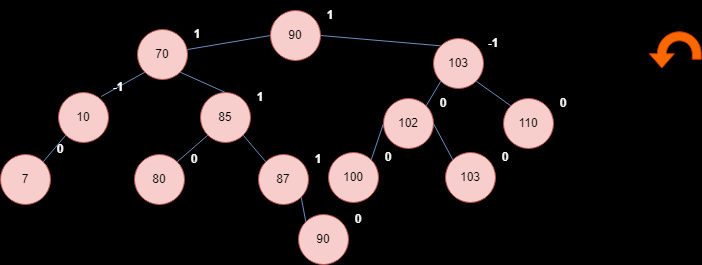
This is arbolBin.png from AnaTuPatrona/pepito, a draw.io export, as it was before one commit. Source tidied: cells renumbered, new cells last; positions are measured from the earlier drawing's top-left corner, leaving out a move shared by most shapes. Source of this version:
```xml
<mxGraphModel background="#000000">
  <root>
    <mxCell id="0" />
    <mxCell id="1" parent="0" />
    <mxCell id="2" style="endArrow=none;html=1;rounded=0;fontFamily=Helvetica;fontSize=12;fontColor=default;entryX=0.854;entryY=0.08;entryDx=0;entryDy=0;fillColor=#dae8fc;strokeColor=#6c8ebf;exitX=0;exitY=1;exitDx=0;exitDy=0;entryPerimeter=0;" parent="1" edge="1" source="10" target="7">
      <mxGeometry relative="1" as="geometry" />
    </mxCell>
    <mxCell id="3" style="group;" parent="1" vertex="1">
      <mxGeometry x="134" y="144" width="70" height="60" as="geometry" />
    </mxCell>
    <mxCell id="4" value="80" style="ellipse;whiteSpace=wrap;html=1;fillColor=#f8cecc;strokeColor=#b85450;" parent="3" vertex="1">
      <mxGeometry y="10" width="50" height="50" as="geometry" />
    </mxCell>
    <mxCell id="5" value="0" style="text;html=1;align=center;verticalAlign=middle;whiteSpace=wrap;rounded=0;fontFamily=Helvetica;fontSize=12;glass=0;shadow=0;dashed=1;dashPattern=8 8;fontStyle=1;fontColor=#FAFAFA;" parent="3" vertex="1">
      <mxGeometry x="50" width="20" height="30" as="geometry" />
    </mxCell>
    <mxCell id="6" style="group;" parent="1" vertex="1">
      <mxGeometry x="58" y="72" width="70" height="70" as="geometry" />
    </mxCell>
    <mxCell id="7" value="10" style="ellipse;whiteSpace=wrap;html=1;fillColor=#f8cecc;strokeColor=#b85450;" parent="6" vertex="1">
      <mxGeometry y="20" width="50" height="50" as="geometry" />
    </mxCell>
    <mxCell id="8" value="-1" style="text;html=1;align=center;verticalAlign=middle;whiteSpace=wrap;rounded=0;fontFamily=Helvetica;fontSize=12;fontColor=#FFFFFF;glass=0;shadow=0;dashed=1;dashPattern=8 8;strokeColor=none;fontStyle=1;" parent="6" vertex="1">
      <mxGeometry x="50" width="20" height="30" as="geometry" />
    </mxCell>
    <mxCell id="9" style="group;" parent="1" vertex="1">
      <mxGeometry x="137" y="19" width="70" height="60" as="geometry" />
    </mxCell>
    <mxCell id="10" value="70" style="ellipse;whiteSpace=wrap;html=1;fillColor=#f8cecc;strokeColor=#b85450;" parent="9" vertex="1">
      <mxGeometry y="10" width="50" height="50" as="geometry" />
    </mxCell>
    <mxCell id="11" value="1" style="text;html=1;align=center;verticalAlign=middle;whiteSpace=wrap;rounded=0;fontFamily=Helvetica;fontSize=12;glass=0;shadow=0;dashed=1;dashPattern=8 8;fontStyle=1;fontColor=#FAFAFA;" parent="9" vertex="1">
      <mxGeometry x="50" width="20" height="30" as="geometry" />
    </mxCell>
    <mxCell id="12" style="endArrow=none;html=1;rounded=0;fontFamily=Helvetica;fontSize=12;fontColor=default;exitX=0;exitY=1;exitDx=0;exitDy=0;fillColor=#dae8fc;strokeColor=#6c8ebf;entryX=0;entryY=0.5;entryDx=0;entryDy=0;" parent="1" edge="1" source="11" target="28">
      <mxGeometry relative="1" as="geometry" />
    </mxCell>
    <mxCell id="13" style="html=1;shadow=0;dashed=0;align=center;verticalAlign=middle;shape=mxgraph.arrows2.uTurnArrow;dy=4.5;arrowHead=25.23;dx2=14.37;strokeColor=#C73500;fontFamily=Helvetica;fontSize=12;fontColor=#000000;fillColor=#fa6800;rotation=90;flipH=0;flipV=1;" parent="1" vertex="1">
      <mxGeometry x="661" y="19" width="27.5" height="52" as="geometry" />
    </mxCell>
    <mxCell id="14" style="edgeStyle=orthogonalEdgeStyle;rounded=0;jettySize=auto;html=1;fontFamily=Helvetica;fontSize=12;fontColor=#FAFAFA;strokeColor=none;" parent="1" edge="1" source="8" target="10">
      <mxGeometry relative="1" as="geometry" />
    </mxCell>
    <mxCell id="15" style="group;" parent="1" vertex="1">
      <mxGeometry x="433" y="28" width="70" height="60" as="geometry" />
    </mxCell>
    <mxCell id="16" value="103" style="ellipse;whiteSpace=wrap;html=1;fillColor=#f8cecc;strokeColor=#b85450;" parent="15" vertex="1">
      <mxGeometry y="10" width="50" height="50" as="geometry" />
    </mxCell>
    <mxCell id="17" value="-1" style="text;html=1;align=center;verticalAlign=middle;whiteSpace=wrap;rounded=0;fontFamily=Helvetica;fontSize=12;glass=0;shadow=0;dashed=1;dashPattern=8 8;fontStyle=1;fontColor=#FAFAFA;" parent="15" vertex="1">
      <mxGeometry x="50" width="20" height="30" as="geometry" />
    </mxCell>
    <mxCell id="18" style="endArrow=none;html=1;rounded=0;fontFamily=Helvetica;fontSize=12;fontColor=default;fillColor=#dae8fc;strokeColor=#6c8ebf;entryX=0;entryY=0;entryDx=0;entryDy=0;exitX=1;exitY=0.5;exitDx=0;exitDy=0;" parent="1" edge="1" source="28" target="16">
      <mxGeometry relative="1" as="geometry" />
    </mxCell>
    <mxCell id="19" style="group;" parent="1" vertex="1">
      <mxGeometry x="503" y="88" width="70" height="60" as="geometry" />
    </mxCell>
    <mxCell id="20" value="110" style="ellipse;whiteSpace=wrap;html=1;fillColor=#f8cecc;strokeColor=#b85450;" parent="19" vertex="1">
      <mxGeometry y="10" width="50" height="50" as="geometry" />
    </mxCell>
    <mxCell id="21" value="0" style="text;html=1;align=center;verticalAlign=middle;whiteSpace=wrap;rounded=0;fontFamily=Helvetica;fontSize=12;glass=0;shadow=0;dashed=1;dashPattern=8 8;fontStyle=1;fontColor=#FAFAFA;" parent="19" vertex="1">
      <mxGeometry x="50" width="20" height="30" as="geometry" />
    </mxCell>
    <mxCell id="22" style="endArrow=none;html=1;rounded=0;fontFamily=Helvetica;fontSize=12;fontColor=default;exitX=1;exitY=1;exitDx=0;exitDy=0;fillColor=#dae8fc;strokeColor=#6c8ebf;entryX=0;entryY=0;entryDx=0;entryDy=0;" parent="1" edge="1" source="16" target="20">
      <mxGeometry relative="1" as="geometry" />
    </mxCell>
    <mxCell id="23" style="group;" parent="1" vertex="1">
      <mxGeometry y="134" width="70" height="70" as="geometry" />
    </mxCell>
    <mxCell id="24" value="7" style="ellipse;whiteSpace=wrap;html=1;fillColor=#f8cecc;strokeColor=#b85450;" parent="23" vertex="1">
      <mxGeometry y="20" width="50" height="50" as="geometry" />
    </mxCell>
    <mxCell id="25" value="0" style="text;html=1;align=center;verticalAlign=middle;whiteSpace=wrap;rounded=0;fontFamily=Helvetica;fontSize=12;fontColor=#FFFFFF;glass=0;shadow=0;dashed=1;dashPattern=8 8;strokeColor=none;fontStyle=1;" parent="23" vertex="1">
      <mxGeometry x="50" width="20" height="30" as="geometry" />
    </mxCell>
    <mxCell id="26" style="endArrow=none;html=1;rounded=0;fontFamily=Helvetica;fontSize=12;fontColor=default;entryX=1;entryY=0;entryDx=0;entryDy=0;fillColor=#dae8fc;strokeColor=#6c8ebf;exitX=0;exitY=1;exitDx=0;exitDy=0;" parent="1" edge="1" source="7" target="24">
      <mxGeometry relative="1" as="geometry" />
    </mxCell>
    <mxCell id="27" style="group;" parent="1" vertex="1">
      <mxGeometry x="270" width="70" height="60" as="geometry" />
    </mxCell>
    <mxCell id="28" value="90" style="ellipse;whiteSpace=wrap;html=1;fillColor=#f8cecc;strokeColor=#b85450;" parent="27" vertex="1">
      <mxGeometry y="10" width="50" height="50" as="geometry" />
    </mxCell>
    <mxCell id="29" value="1" style="text;html=1;align=center;verticalAlign=middle;whiteSpace=wrap;rounded=0;fontFamily=Helvetica;fontSize=12;glass=0;shadow=0;dashed=1;dashPattern=8 8;fontStyle=1;fontColor=#FAFAFA;" parent="27" vertex="1">
      <mxGeometry x="50" width="20" height="30" as="geometry" />
    </mxCell>
    <mxCell id="30" style="endArrow=none;html=1;rounded=0;fontFamily=Helvetica;fontSize=12;fontColor=default;fillColor=#dae8fc;strokeColor=#6c8ebf;exitX=0.5;exitY=0;exitDx=0;exitDy=0;entryX=1;entryY=1;entryDx=0;entryDy=0;" parent="1" edge="1" source="36" target="10">
      <mxGeometry relative="1" as="geometry" />
    </mxCell>
    <mxCell id="31" style="group;" parent="1" vertex="1">
      <mxGeometry x="328" y="142" width="70" height="60" as="geometry" />
    </mxCell>
    <mxCell id="32" value="100" style="ellipse;whiteSpace=wrap;html=1;fillColor=#f8cecc;strokeColor=#b85450;" parent="31" vertex="1">
      <mxGeometry y="10" width="50" height="50" as="geometry" />
    </mxCell>
    <mxCell id="33" value="0" style="text;html=1;align=center;verticalAlign=middle;whiteSpace=wrap;rounded=0;fontFamily=Helvetica;fontSize=12;glass=0;shadow=0;dashed=1;dashPattern=8 8;fontStyle=1;fontColor=#FAFAFA;" parent="31" vertex="1">
      <mxGeometry x="50" width="20" height="30" as="geometry" />
    </mxCell>
    <mxCell id="34" style="endArrow=none;html=1;rounded=0;fontFamily=Helvetica;fontSize=12;fontColor=default;fillColor=#dae8fc;strokeColor=#6c8ebf;exitX=0;exitY=1;exitDx=0;exitDy=0;entryX=1;entryY=0;entryDx=0;entryDy=0;" parent="1" edge="1" source="16" target="52">
      <mxGeometry relative="1" as="geometry" />
    </mxCell>
    <mxCell id="35" style="group;" parent="1" vertex="1">
      <mxGeometry x="200" y="82" width="70" height="60" as="geometry" />
    </mxCell>
    <mxCell id="36" value="85" style="ellipse;whiteSpace=wrap;html=1;fillColor=#f8cecc;strokeColor=#b85450;" parent="35" vertex="1">
      <mxGeometry y="10" width="50" height="50" as="geometry" />
    </mxCell>
    <mxCell id="37" value="1" style="text;html=1;align=center;verticalAlign=middle;whiteSpace=wrap;rounded=0;fontFamily=Helvetica;fontSize=12;glass=0;shadow=0;dashed=1;dashPattern=8 8;fontStyle=1;fontColor=#FAFAFA;" parent="35" vertex="1">
      <mxGeometry x="50" width="20" height="30" as="geometry" />
    </mxCell>
    <mxCell id="38" style="endArrow=none;html=1;rounded=0;fontFamily=Helvetica;fontSize=12;fontColor=default;exitX=1;exitY=0;exitDx=0;exitDy=0;fillColor=#dae8fc;strokeColor=#6c8ebf;entryX=0;entryY=1;entryDx=0;entryDy=0;" parent="1" edge="1" source="4" target="36">
      <mxGeometry relative="1" as="geometry" />
    </mxCell>
    <mxCell id="39" style="group;" parent="1" vertex="1">
      <mxGeometry x="258" y="144" width="70" height="60" as="geometry" />
    </mxCell>
    <mxCell id="40" value="87" style="ellipse;whiteSpace=wrap;html=1;fillColor=#f8cecc;strokeColor=#b85450;" parent="39" vertex="1">
      <mxGeometry y="10" width="50" height="50" as="geometry" />
    </mxCell>
    <mxCell id="41" value="1" style="text;html=1;align=center;verticalAlign=middle;whiteSpace=wrap;rounded=0;fontFamily=Helvetica;fontSize=12;glass=0;shadow=0;dashed=1;dashPattern=8 8;fontStyle=1;fontColor=#FAFAFA;" parent="39" vertex="1">
      <mxGeometry x="50" width="20" height="30" as="geometry" />
    </mxCell>
    <mxCell id="42" style="endArrow=none;html=1;rounded=0;fontFamily=Helvetica;fontSize=12;fontColor=default;exitX=1;exitY=1;exitDx=0;exitDy=0;fillColor=#dae8fc;strokeColor=#6c8ebf;entryX=0;entryY=0;entryDx=0;entryDy=0;" parent="1" edge="1" source="36" target="40">
      <mxGeometry relative="1" as="geometry" />
    </mxCell>
    <mxCell id="43" style="group;" parent="1" vertex="1">
      <mxGeometry x="445" y="142" width="70" height="60" as="geometry" />
    </mxCell>
    <mxCell id="44" value="103" style="ellipse;whiteSpace=wrap;html=1;fillColor=#f8cecc;strokeColor=#b85450;" parent="43" vertex="1">
      <mxGeometry y="10" width="50" height="50" as="geometry" />
    </mxCell>
    <mxCell id="45" value="0" style="text;html=1;align=center;verticalAlign=middle;whiteSpace=wrap;rounded=0;fontFamily=Helvetica;fontSize=12;glass=0;shadow=0;dashed=1;dashPattern=8 8;fontStyle=1;fontColor=#FAFAFA;" parent="43" vertex="1">
      <mxGeometry x="50" width="20" height="30" as="geometry" />
    </mxCell>
    <mxCell id="46" style="endArrow=none;html=1;rounded=0;fontFamily=Helvetica;fontSize=12;fontColor=default;fillColor=#dae8fc;strokeColor=#6c8ebf;exitX=1;exitY=0;exitDx=0;exitDy=0;entryX=0;entryY=0.5;entryDx=0;entryDy=0;" parent="1" edge="1" source="32" target="52">
      <mxGeometry relative="1" as="geometry" />
    </mxCell>
    <mxCell id="47" style="group;" parent="1" vertex="1">
      <mxGeometry x="298" y="204" width="70" height="60" as="geometry" />
    </mxCell>
    <mxCell id="48" value="90" style="ellipse;whiteSpace=wrap;html=1;fillColor=#f8cecc;strokeColor=#b85450;" parent="47" vertex="1">
      <mxGeometry y="10" width="50" height="50" as="geometry" />
    </mxCell>
    <mxCell id="49" value="0" style="text;html=1;align=center;verticalAlign=middle;whiteSpace=wrap;rounded=0;fontFamily=Helvetica;fontSize=12;glass=0;shadow=0;dashed=1;dashPattern=8 8;fontStyle=1;fontColor=#FAFAFA;" parent="47" vertex="1">
      <mxGeometry x="50" width="20" height="30" as="geometry" />
    </mxCell>
    <mxCell id="50" style="endArrow=none;html=1;rounded=0;fontFamily=Helvetica;fontSize=12;fontColor=default;exitX=1;exitY=1;exitDx=0;exitDy=0;fillColor=#dae8fc;strokeColor=#6c8ebf;entryX=0;entryY=0;entryDx=0;entryDy=0;" parent="1" edge="1" source="40" target="48">
      <mxGeometry relative="1" as="geometry" />
    </mxCell>
    <mxCell id="51" style="group;" parent="1" vertex="1">
      <mxGeometry x="383" y="88" width="70" height="60" as="geometry" />
    </mxCell>
    <mxCell id="52" value="102" style="ellipse;whiteSpace=wrap;html=1;fillColor=#f8cecc;strokeColor=#b85450;" parent="51" vertex="1">
      <mxGeometry y="10" width="50" height="50" as="geometry" />
    </mxCell>
    <mxCell id="53" value="0" style="text;html=1;align=center;verticalAlign=middle;whiteSpace=wrap;rounded=0;fontFamily=Helvetica;fontSize=12;glass=0;shadow=0;dashed=1;dashPattern=8 8;fontStyle=1;fontColor=#FAFAFA;" parent="51" vertex="1">
      <mxGeometry x="50" width="20" height="30" as="geometry" />
    </mxCell>
    <mxCell id="54" style="endArrow=none;html=1;rounded=0;fontFamily=Helvetica;fontSize=12;fontColor=default;exitX=0;exitY=0;exitDx=0;exitDy=0;fillColor=#dae8fc;strokeColor=#6c8ebf;entryX=1;entryY=0.5;entryDx=0;entryDy=0;" parent="1" edge="1" source="44" target="52">
      <mxGeometry relative="1" as="geometry" />
    </mxCell>
  </root>
</mxGraphModel>
```
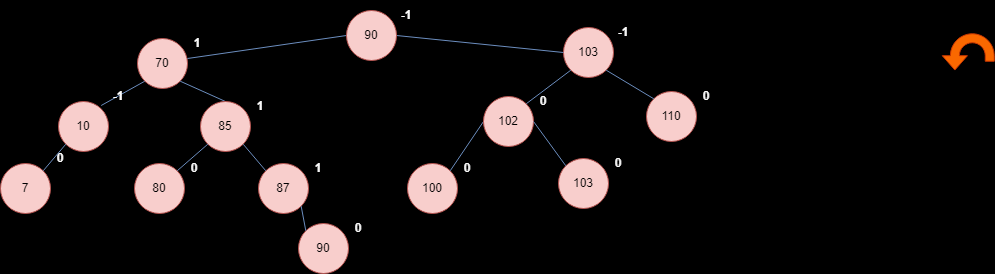
The same diagram one commit later.

The edit, as a diff of the source:
```diff
@@ -6,7 +6,7 @@
       <mxGeometry relative="1" as="geometry" />
     </mxCell>
     <mxCell id="3" style="group;" parent="1" vertex="1">
-      <mxGeometry x="134" y="144" width="70" height="60" as="geometry" />
+      <mxGeometry x="58" y="153" width="70" height="60" as="geometry" />
     </mxCell>
     <mxCell id="4" value="80" style="ellipse;whiteSpace=wrap;html=1;fillColor=#f8cecc;strokeColor=#b85450;" parent="3" vertex="1">
       <mxGeometry y="10" width="50" height="50" as="geometry" />
@@ -15,7 +15,7 @@
       <mxGeometry x="50" width="20" height="30" as="geometry" />
     </mxCell>
     <mxCell id="6" style="group;" parent="1" vertex="1">
-      <mxGeometry x="58" y="72" width="70" height="70" as="geometry" />
+      <mxGeometry x="-18" y="81" width="70" height="70" as="geometry" />
     </mxCell>
     <mxCell id="7" value="10" style="ellipse;whiteSpace=wrap;html=1;fillColor=#f8cecc;strokeColor=#b85450;" parent="6" vertex="1">
       <mxGeometry y="20" width="50" height="50" as="geometry" />
@@ -24,7 +24,7 @@
       <mxGeometry x="50" width="20" height="30" as="geometry" />
     </mxCell>
     <mxCell id="9" style="group;" parent="1" vertex="1">
-      <mxGeometry x="137" y="19" width="70" height="60" as="geometry" />
+      <mxGeometry x="61" y="28" width="70" height="60" as="geometry" />
     </mxCell>
     <mxCell id="10" value="70" style="ellipse;whiteSpace=wrap;html=1;fillColor=#f8cecc;strokeColor=#b85450;" parent="9" vertex="1">
       <mxGeometry y="10" width="50" height="50" as="geometry" />
@@ -36,13 +36,10 @@
       <mxGeometry relative="1" as="geometry" />
     </mxCell>
     <mxCell id="13" style="html=1;shadow=0;dashed=0;align=center;verticalAlign=middle;shape=mxgraph.arrows2.uTurnArrow;dy=4.5;arrowHead=25.23;dx2=14.37;strokeColor=#C73500;fontFamily=Helvetica;fontSize=12;fontColor=#000000;fillColor=#fa6800;rotation=90;flipH=0;flipV=1;" parent="1" vertex="1">
-      <mxGeometry x="661" y="19" width="27.5" height="52" as="geometry" />
+      <mxGeometry x="878" y="21" width="27.5" height="52" as="geometry" />
     </mxCell>
-    <mxCell id="14" style="edgeStyle=orthogonalEdgeStyle;rounded=0;jettySize=auto;html=1;fontFamily=Helvetica;fontSize=12;fontColor=#FAFAFA;strokeColor=none;" parent="1" edge="1" source="8" target="10">
-      <mxGeometry relative="1" as="geometry" />
-    </mxCell>
     <mxCell id="15" style="group;" parent="1" vertex="1">
-      <mxGeometry x="433" y="28" width="70" height="60" as="geometry" />
+      <mxGeometry x="487" y="17" width="70" height="60" as="geometry" />
     </mxCell>
     <mxCell id="16" value="103" style="ellipse;whiteSpace=wrap;html=1;fillColor=#f8cecc;strokeColor=#b85450;" parent="15" vertex="1">
       <mxGeometry y="10" width="50" height="50" as="geometry" />
@@ -50,11 +47,11 @@
     <mxCell id="17" value="-1" style="text;html=1;align=center;verticalAlign=middle;whiteSpace=wrap;rounded=0;fontFamily=Helvetica;fontSize=12;glass=0;shadow=0;dashed=1;dashPattern=8 8;fontStyle=1;fontColor=#FAFAFA;" parent="15" vertex="1">
       <mxGeometry x="50" width="20" height="30" as="geometry" />
     </mxCell>
-    <mxCell id="18" style="endArrow=none;html=1;rounded=0;fontFamily=Helvetica;fontSize=12;fontColor=default;fillColor=#dae8fc;strokeColor=#6c8ebf;entryX=0;entryY=0;entryDx=0;entryDy=0;exitX=1;exitY=0.5;exitDx=0;exitDy=0;" parent="1" edge="1" source="28" target="16">
+    <mxCell id="18" style="endArrow=none;html=1;rounded=0;fontFamily=Helvetica;fontSize=12;fontColor=default;fillColor=#dae8fc;strokeColor=#6c8ebf;entryX=0;entryY=0.5;entryDx=0;entryDy=0;exitX=1;exitY=0.5;exitDx=0;exitDy=0;" parent="1" edge="1" source="28" target="16">
       <mxGeometry relative="1" as="geometry" />
     </mxCell>
     <mxCell id="19" style="group;" parent="1" vertex="1">
-      <mxGeometry x="503" y="88" width="70" height="60" as="geometry" />
+      <mxGeometry x="570" y="81" width="70" height="60" as="geometry" />
     </mxCell>
     <mxCell id="20" value="110" style="ellipse;whiteSpace=wrap;html=1;fillColor=#f8cecc;strokeColor=#b85450;" parent="19" vertex="1">
       <mxGeometry y="10" width="50" height="50" as="geometry" />
@@ -66,7 +63,7 @@
       <mxGeometry relative="1" as="geometry" />
     </mxCell>
     <mxCell id="23" style="group;" parent="1" vertex="1">
-      <mxGeometry y="134" width="70" height="70" as="geometry" />
+      <mxGeometry x="-76" y="143" width="70" height="70" as="geometry" />
     </mxCell>
     <mxCell id="24" value="7" style="ellipse;whiteSpace=wrap;html=1;fillColor=#f8cecc;strokeColor=#b85450;" parent="23" vertex="1">
       <mxGeometry y="20" width="50" height="50" as="geometry" />
@@ -83,14 +80,14 @@
     <mxCell id="28" value="90" style="ellipse;whiteSpace=wrap;html=1;fillColor=#f8cecc;strokeColor=#b85450;" parent="27" vertex="1">
       <mxGeometry y="10" width="50" height="50" as="geometry" />
     </mxCell>
-    <mxCell id="29" value="1" style="text;html=1;align=center;verticalAlign=middle;whiteSpace=wrap;rounded=0;fontFamily=Helvetica;fontSize=12;glass=0;shadow=0;dashed=1;dashPattern=8 8;fontStyle=1;fontColor=#FAFAFA;" parent="27" vertex="1">
+    <mxCell id="29" value="-1" style="text;html=1;align=center;verticalAlign=middle;whiteSpace=wrap;rounded=0;fontFamily=Helvetica;fontSize=12;glass=0;shadow=0;dashed=1;dashPattern=8 8;fontStyle=1;fontColor=#FAFAFA;" parent="27" vertex="1">
       <mxGeometry x="50" width="20" height="30" as="geometry" />
     </mxCell>
     <mxCell id="30" style="endArrow=none;html=1;rounded=0;fontFamily=Helvetica;fontSize=12;fontColor=default;fillColor=#dae8fc;strokeColor=#6c8ebf;exitX=0.5;exitY=0;exitDx=0;exitDy=0;entryX=1;entryY=1;entryDx=0;entryDy=0;" parent="1" edge="1" source="36" target="10">
       <mxGeometry relative="1" as="geometry" />
     </mxCell>
     <mxCell id="31" style="group;" parent="1" vertex="1">
-      <mxGeometry x="328" y="142" width="70" height="60" as="geometry" />
+      <mxGeometry x="331" y="153" width="70" height="60" as="geometry" />
     </mxCell>
     <mxCell id="32" value="100" style="ellipse;whiteSpace=wrap;html=1;fillColor=#f8cecc;strokeColor=#b85450;" parent="31" vertex="1">
       <mxGeometry y="10" width="50" height="50" as="geometry" />
@@ -102,7 +99,7 @@
       <mxGeometry relative="1" as="geometry" />
     </mxCell>
     <mxCell id="35" style="group;" parent="1" vertex="1">
-      <mxGeometry x="200" y="82" width="70" height="60" as="geometry" />
+      <mxGeometry x="124" y="91" width="70" height="60" as="geometry" />
     </mxCell>
     <mxCell id="36" value="85" style="ellipse;whiteSpace=wrap;html=1;fillColor=#f8cecc;strokeColor=#b85450;" parent="35" vertex="1">
       <mxGeometry y="10" width="50" height="50" as="geometry" />
@@ -114,7 +111,7 @@
       <mxGeometry relative="1" as="geometry" />
     </mxCell>
     <mxCell id="39" style="group;" parent="1" vertex="1">
-      <mxGeometry x="258" y="144" width="70" height="60" as="geometry" />
+      <mxGeometry x="182" y="153" width="70" height="60" as="geometry" />
     </mxCell>
     <mxCell id="40" value="87" style="ellipse;whiteSpace=wrap;html=1;fillColor=#f8cecc;strokeColor=#b85450;" parent="39" vertex="1">
       <mxGeometry y="10" width="50" height="50" as="geometry" />
@@ -126,7 +123,7 @@
       <mxGeometry relative="1" as="geometry" />
     </mxCell>
     <mxCell id="43" style="group;" parent="1" vertex="1">
-      <mxGeometry x="445" y="142" width="70" height="60" as="geometry" />
+      <mxGeometry x="482" y="148" width="70" height="60" as="geometry" />
     </mxCell>
     <mxCell id="44" value="103" style="ellipse;whiteSpace=wrap;html=1;fillColor=#f8cecc;strokeColor=#b85450;" parent="43" vertex="1">
       <mxGeometry y="10" width="50" height="50" as="geometry" />
@@ -138,7 +135,7 @@
       <mxGeometry relative="1" as="geometry" />
     </mxCell>
     <mxCell id="47" style="group;" parent="1" vertex="1">
-      <mxGeometry x="298" y="204" width="70" height="60" as="geometry" />
+      <mxGeometry x="222" y="213" width="70" height="60" as="geometry" />
     </mxCell>
     <mxCell id="48" value="90" style="ellipse;whiteSpace=wrap;html=1;fillColor=#f8cecc;strokeColor=#b85450;" parent="47" vertex="1">
       <mxGeometry y="10" width="50" height="50" as="geometry" />
@@ -150,7 +147,7 @@
       <mxGeometry relative="1" as="geometry" />
     </mxCell>
     <mxCell id="51" style="group;" parent="1" vertex="1">
-      <mxGeometry x="383" y="88" width="70" height="60" as="geometry" />
+      <mxGeometry x="407" y="86" width="70" height="60" as="geometry" />
     </mxCell>
     <mxCell id="52" value="102" style="ellipse;whiteSpace=wrap;html=1;fillColor=#f8cecc;strokeColor=#b85450;" parent="51" vertex="1">
       <mxGeometry y="10" width="50" height="50" as="geometry" />
```
